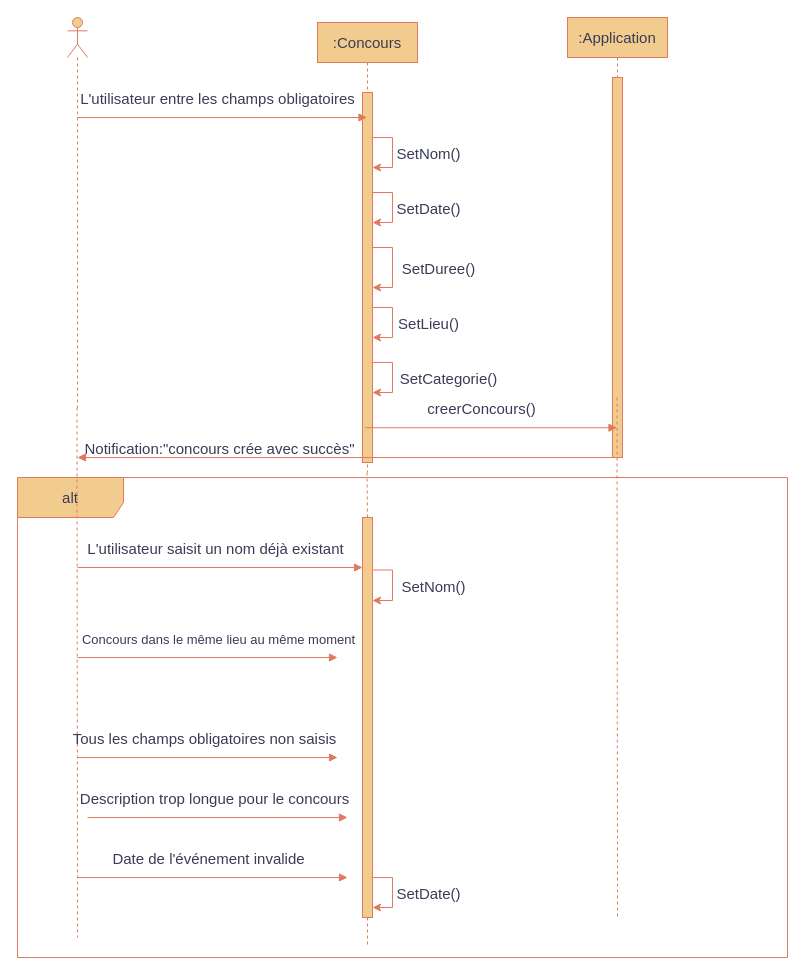
Before: Conception/Diagramme de sequence.drawio in CSliveR/Chief-s-Arena, a draw.io diagram. Source tidied: cells renumbered, new cells numbered last; positions are measured from the earlier drawing's top-left corner, leaving out a move shared by most shapes. Both pictures are drawn from the tidied source at 100%, with x=0, y=0 at pixel (17, 17).
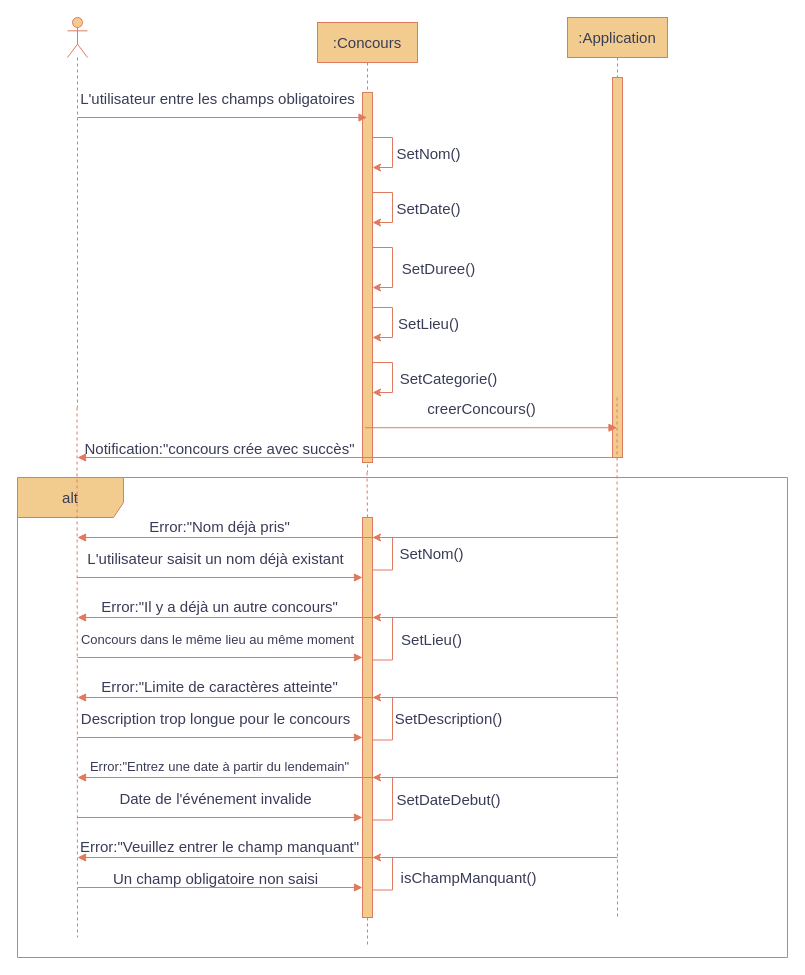
The same page after the edit.

The change refers to these unchanged cells:
```xml
<mxCell id="39" style="html=1;points=[[0,0,0,0,5],[0,1,0,0,-5],[1,0,0,0,5],[1,1,0,0,-5]];perimeter=orthogonalPerimeter;outlineConnect=0;targetShapes=umlLifeline;portConstraint=eastwest;newEdgeStyle={&quot;curved&quot;:0,&quot;rounded&quot;:0};fontSize=15;labelBackgroundColor=none;fillColor=#F2CC8F;strokeColor=#E07A5F;fontColor=#393C56;" parent="1" vertex="1">
  <mxGeometry x="345" y="500" width="10" height="400" as="geometry" />
</mxCell>
```

The edit, as a diff of the source:
```diff
@@
-    <mxCell id="28" style="html=1;verticalAlign=bottom;endArrow=block;curved=0;rounded=0;fontSize=15;labelBackgroundColor=none;strokeColor=#E07A5F;fontColor=default;" parent="1" edge="1" target="39">
+    <mxCell id="28" style="html=1;verticalAlign=bottom;endArrow=block;curved=0;rounded=0;fontSize=15;labelBackgroundColor=none;strokeColor=#E07A5F;fontColor=default;" parent="1" edge="1">
       <mxGeometry relative="1" as="geometry">
-        <mxPoint x="60" y="550" as="sourcePoint" />
+        <mxPoint x="60" y="560" as="sourcePoint" />
+        <mxPoint x="345" y="560" as="targetPoint" />
       </mxGeometry>
     </mxCell>
@@
-    <mxCell id="30" style="html=1;verticalAlign=bottom;endArrow=block;curved=0;rounded=0;fontSize=15;labelBackgroundColor=none;strokeColor=#E07A5F;fontColor=default;" parent="1" edge="1">
+    <mxCell id="30" style="html=1;verticalAlign=bottom;endArrow=block;curved=0;rounded=0;fontSize=15;labelBackgroundColor=none;strokeColor=#E07A5F;fontColor=default;" parent="1" edge="1" target="39">
       <mxGeometry relative="1" as="geometry">
         <mxPoint x="60" y="640" as="sourcePoint" />
-        <mxPoint x="320" y="640" as="targetPoint" />
       </mxGeometry>
     </mxCell>
     <mxCell id="31" value="&lt;font style=&quot;font-size: 13px;&quot;&gt;Concours dans le même lieu au même moment&lt;/font&gt;" style="edgeLabel;html=1;align=center;verticalAlign=middle;fontSize=15;labelBackgroundColor=none;fontColor=#393C56;" parent="30" vertex="1">
       <mxGeometry x="-0.08" y="4" relative="1" as="geometry">
-        <mxPoint x="20" y="-16" as="offset" />
+        <mxPoint x="8" y="-16" as="offset" />
       </mxGeometry>
     </mxCell>
     <mxCell id="32" style="html=1;verticalAlign=bottom;endArrow=block;curved=0;rounded=0;fontSize=15;labelBackgroundColor=none;strokeColor=#E07A5F;fontColor=default;" parent="1" edge="1">
       <mxGeometry relative="1" as="geometry">
-        <mxPoint x="60" y="740" as="sourcePoint" />
-        <mxPoint x="320" y="740" as="targetPoint" />
+        <mxPoint x="60" y="870" as="sourcePoint" />
+        <mxPoint x="345" y="870" as="targetPoint" />
       </mxGeometry>
     </mxCell>
-    <mxCell id="33" value="&lt;font style=&quot;font-size: 15px;&quot;&gt;Tous les champs obligatoires non saisis&lt;/font&gt;" style="edgeLabel;html=1;align=center;verticalAlign=middle;fontSize=12.5;labelBackgroundColor=none;fontColor=#393C56;" parent="32" vertex="1">
+    <mxCell id="33" value="&lt;font style=&quot;font-size: 15px;&quot;&gt;Un champ obligatoire non saisi&lt;/font&gt;" style="edgeLabel;html=1;align=center;verticalAlign=middle;fontSize=12.5;labelBackgroundColor=none;fontColor=#393C56;" parent="32" vertex="1">
       <mxGeometry x="-0.08" y="4" relative="1" as="geometry">
-        <mxPoint x="6" y="-16" as="offset" />
+        <mxPoint x="6" y="-6" as="offset" />
       </mxGeometry>
     </mxCell>
     <mxCell id="34" style="html=1;verticalAlign=bottom;endArrow=block;curved=0;rounded=0;fontSize=15;labelBackgroundColor=none;strokeColor=#E07A5F;fontColor=default;" parent="1" edge="1">
       <mxGeometry relative="1" as="geometry">
-        <mxPoint x="70" y="800" as="sourcePoint" />
-        <mxPoint x="330" y="800" as="targetPoint" />
+        <mxPoint x="60" y="720" as="sourcePoint" />
+        <mxPoint x="345" y="720" as="targetPoint" />
       </mxGeometry>
     </mxCell>
@@
     <mxCell id="36" style="html=1;verticalAlign=bottom;endArrow=block;curved=0;rounded=0;fontSize=15;labelBackgroundColor=none;strokeColor=#E07A5F;fontColor=default;" parent="1" edge="1">
       <mxGeometry relative="1" as="geometry">
-        <mxPoint x="60" y="860" as="sourcePoint" />
-        <mxPoint x="330" y="860" as="targetPoint" />
+        <mxPoint x="60" y="800" as="sourcePoint" />
+        <mxPoint x="345" y="800" as="targetPoint" />
       </mxGeometry>
     </mxCell>
@@
     <mxCell id="40" style="edgeStyle=orthogonalEdgeStyle;rounded=0;jettySize=auto;html=1;curved=0;strokeColor=#E07A5F;fontColor=#393C56;fillColor=#F2CC8F;" parent="1" edge="1" target="39">
       <mxGeometry relative="1" as="geometry">
         <mxPoint x="355" y="552.5" as="sourcePoint" />
         <Array as="points">
           <mxPoint x="375" y="553" />
-          <mxPoint x="375" y="583" />
+          <mxPoint x="375" y="520" />
         </Array>
       </mxGeometry>
     </mxCell>
     <mxCell id="41" value="SetNom()" style="edgeLabel;html=1;align=center;verticalAlign=middle;strokeColor=#E07A5F;fontColor=#393C56;fillColor=#F2CC8F;fontSize=15;" parent="40" vertex="1">
       <mxGeometry x="-0.13" y="1" relative="1" as="geometry">
-        <mxPoint x="39" y="5" as="offset" />
+        <mxPoint x="39" y="-5" as="offset" />
       </mxGeometry>
     </mxCell>
-    <mxCell id="42" style="edgeStyle=orthogonalEdgeStyle;rounded=0;orthogonalLoop=1;jettySize=auto;html=1;curved=0;strokeColor=#E07A5F;fontColor=#393C56;fillColor=#F2CC8F;" parent="1" edge="1">
-      <mxGeometry relative="1" as="geometry">
-        <mxPoint x="355" y="860" as="sourcePoint" />
-        <mxPoint x="355" y="890" as="targetPoint" />
-        <Array as="points">
-          <mxPoint x="375" y="860" />
-          <mxPoint x="375" y="890" />
-        </Array>
-      </mxGeometry>
-    </mxCell>
-    <mxCell id="43" value="SetDate()" style="edgeLabel;html=1;align=center;verticalAlign=middle;strokeColor=#E07A5F;fontColor=#393C56;fillColor=#F2CC8F;fontSize=15;" parent="42" vertex="1">
-      <mxGeometry x="-0.13" y="1" relative="1" as="geometry">
-        <mxPoint x="34" y="5" as="offset" />
-      </mxGeometry>
-    </mxCell>
+    <mxCell id="44" style="edgeStyle=orthogonalEdgeStyle;rounded=0;jettySize=auto;html=1;curved=0;strokeColor=#E07A5F;fontColor=#393C56;fillColor=#F2CC8F;" parent="1" edge="1" target="39">
+      <mxGeometry relative="1" as="geometry">
+        <mxPoint x="355" y="642.5" as="sourcePoint" />
+        <Array as="points">
+          <mxPoint x="375" y="643" />
+          <mxPoint x="375" y="600" />
+        </Array>
+      </mxGeometry>
+    </mxCell>
+    <mxCell id="45" value="SetLieu()" style="edgeLabel;html=1;align=center;verticalAlign=middle;strokeColor=#E07A5F;fontColor=#393C56;fillColor=#F2CC8F;fontSize=15;" parent="44" vertex="1">
+      <mxGeometry x="-0.13" y="1" relative="1" as="geometry">
+        <mxPoint x="39" y="-5" as="offset" />
+      </mxGeometry>
+    </mxCell>
+    <mxCell id="46" style="edgeStyle=orthogonalEdgeStyle;rounded=0;jettySize=auto;html=1;curved=0;strokeColor=#E07A5F;fontColor=#393C56;fillColor=#F2CC8F;" parent="1" edge="1" target="39">
+      <mxGeometry relative="1" as="geometry">
+        <mxPoint x="355" y="722.5" as="sourcePoint" />
+        <Array as="points">
+          <mxPoint x="375" y="723" />
+          <mxPoint x="375" y="680" />
+        </Array>
+      </mxGeometry>
+    </mxCell>
+    <mxCell id="47" value="SetDescription()" style="edgeLabel;html=1;align=center;verticalAlign=middle;strokeColor=#E07A5F;fontColor=#393C56;fillColor=#F2CC8F;fontSize=15;" parent="46" vertex="1">
+      <mxGeometry x="-0.13" y="1" relative="1" as="geometry">
+        <mxPoint x="56" y="-6" as="offset" />
+      </mxGeometry>
+    </mxCell>
+    <mxCell id="48" style="html=1;verticalAlign=bottom;endArrow=block;curved=0;rounded=0;fontSize=15;labelBackgroundColor=none;strokeColor=#E07A5F;fontColor=default;" parent="1" edge="1">
+      <mxGeometry relative="1" as="geometry">
+        <mxPoint x="600" y="520" as="sourcePoint" />
+        <mxPoint x="60" y="520" as="targetPoint" />
+      </mxGeometry>
+    </mxCell>
+    <mxCell id="49" value="Error:&quot;Nom déjà pris&quot;" style="edgeLabel;html=1;align=center;verticalAlign=middle;fontSize=15;labelBackgroundColor=none;fontColor=#393C56;" parent="48" vertex="1">
+      <mxGeometry x="-0.08" y="4" relative="1" as="geometry">
+        <mxPoint x="-151" y="-16" as="offset" />
+      </mxGeometry>
+    </mxCell>
+    <mxCell id="50" style="html=1;verticalAlign=bottom;endArrow=block;curved=0;rounded=0;fontSize=15;labelBackgroundColor=none;strokeColor=#E07A5F;fontColor=default;" parent="1" edge="1">
+      <mxGeometry relative="1" as="geometry">
+        <mxPoint x="600" y="600" as="sourcePoint" />
+        <mxPoint x="60" y="600" as="targetPoint" />
+      </mxGeometry>
+    </mxCell>
+    <mxCell id="51" value="Error:&quot;Il y a déjà un autre concours&quot;" style="edgeLabel;html=1;align=center;verticalAlign=middle;fontSize=15;labelBackgroundColor=none;fontColor=#393C56;" parent="50" vertex="1">
+      <mxGeometry x="-0.08" y="4" relative="1" as="geometry">
+        <mxPoint x="-151" y="-16" as="offset" />
+      </mxGeometry>
+    </mxCell>
+    <mxCell id="52" style="edgeStyle=orthogonalEdgeStyle;rounded=0;jettySize=auto;html=1;curved=0;strokeColor=#E07A5F;fontColor=#393C56;fillColor=#F2CC8F;" parent="1" edge="1" target="39">
+      <mxGeometry relative="1" as="geometry">
+        <mxPoint x="355" y="802.5" as="sourcePoint" />
+        <Array as="points">
+          <mxPoint x="375" y="803" />
+          <mxPoint x="375" y="760" />
+        </Array>
+      </mxGeometry>
+    </mxCell>
+    <mxCell id="53" value="SetDateDebut()" style="edgeLabel;html=1;align=center;verticalAlign=middle;strokeColor=#E07A5F;fontColor=#393C56;fillColor=#F2CC8F;fontSize=15;" parent="52" vertex="1">
+      <mxGeometry x="-0.13" y="1" relative="1" as="geometry">
+        <mxPoint x="56" y="-5" as="offset" />
+      </mxGeometry>
+    </mxCell>
+    <mxCell id="54" style="html=1;verticalAlign=bottom;endArrow=block;curved=0;rounded=0;fontSize=15;labelBackgroundColor=none;strokeColor=#E07A5F;fontColor=default;" parent="1" edge="1">
+      <mxGeometry relative="1" as="geometry">
+        <mxPoint x="600" y="680" as="sourcePoint" />
+        <mxPoint x="60" y="680" as="targetPoint" />
+      </mxGeometry>
+    </mxCell>
+    <mxCell id="55" value="Error:&quot;Limite de caractères atteinte&quot;" style="edgeLabel;html=1;align=center;verticalAlign=middle;fontSize=15;labelBackgroundColor=none;fontColor=#393C56;" parent="54" vertex="1">
+      <mxGeometry x="-0.08" y="4" relative="1" as="geometry">
+        <mxPoint x="-151" y="-16" as="offset" />
+      </mxGeometry>
+    </mxCell>
+    <mxCell id="56" style="html=1;verticalAlign=bottom;endArrow=block;curved=0;rounded=0;fontSize=15;labelBackgroundColor=none;strokeColor=#E07A5F;fontColor=default;" parent="1" edge="1">
+      <mxGeometry relative="1" as="geometry">
+        <mxPoint x="600" y="760" as="sourcePoint" />
+        <mxPoint x="60" y="760" as="targetPoint" />
+      </mxGeometry>
+    </mxCell>
+    <mxCell id="57" value="Error:&quot;Entrez une date à partir du lendemain&quot;" style="edgeLabel;html=1;align=center;verticalAlign=middle;fontSize=13;labelBackgroundColor=none;fontColor=#393C56;" parent="56" vertex="1">
+      <mxGeometry x="-0.08" y="4" relative="1" as="geometry">
+        <mxPoint x="-151" y="-16" as="offset" />
+      </mxGeometry>
+    </mxCell>
+    <mxCell id="58" style="edgeStyle=orthogonalEdgeStyle;rounded=0;jettySize=auto;html=1;curved=0;strokeColor=#E07A5F;fontColor=#393C56;fillColor=#F2CC8F;" parent="1" edge="1" target="39">
+      <mxGeometry relative="1" as="geometry">
+        <mxPoint x="355" y="872.5" as="sourcePoint" />
+        <Array as="points">
+          <mxPoint x="375" y="873" />
+          <mxPoint x="375" y="840" />
+        </Array>
+      </mxGeometry>
+    </mxCell>
+    <mxCell id="59" value="isChampManquant()" style="edgeLabel;html=1;align=center;verticalAlign=middle;strokeColor=#E07A5F;fontColor=#393C56;fillColor=#F2CC8F;fontSize=15;" parent="58" vertex="1">
+      <mxGeometry x="-0.13" y="1" relative="1" as="geometry">
+        <mxPoint x="76" y="-1" as="offset" />
+      </mxGeometry>
+    </mxCell>
+    <mxCell id="60" style="html=1;verticalAlign=bottom;endArrow=block;curved=0;rounded=0;fontSize=15;labelBackgroundColor=none;strokeColor=#E07A5F;fontColor=default;" parent="1" edge="1">
+      <mxGeometry relative="1" as="geometry">
+        <mxPoint x="600" y="840" as="sourcePoint" />
+        <mxPoint x="60" y="840" as="targetPoint" />
+      </mxGeometry>
+    </mxCell>
+    <mxCell id="61" value="Error:&quot;Veuillez entrer le champ manquant&quot;" style="edgeLabel;html=1;align=center;verticalAlign=middle;fontSize=15;labelBackgroundColor=none;fontColor=#393C56;" parent="60" vertex="1">
+      <mxGeometry x="-0.08" y="4" relative="1" as="geometry">
+        <mxPoint x="-151" y="-16" as="offset" />
+      </mxGeometry>
+    </mxCell>
```
